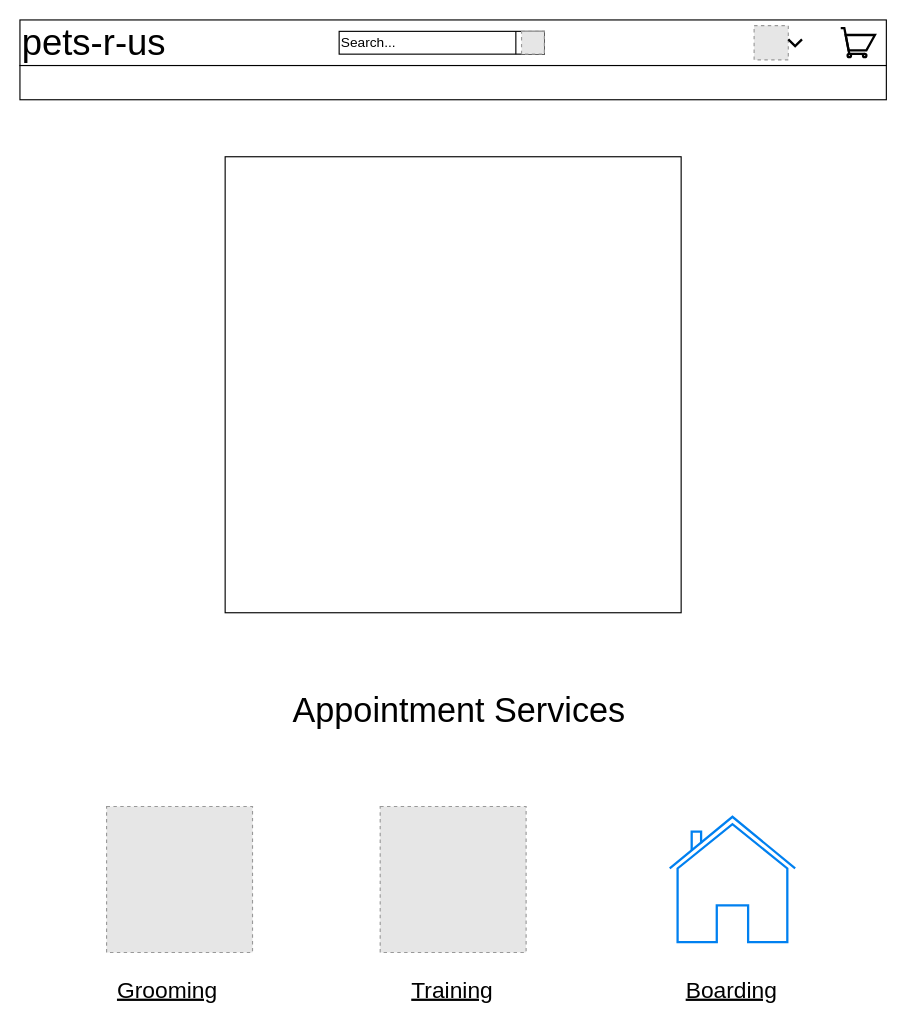
joneskj55/wireframes keeps this draw.io diagram as Wireframe1.drawio. Above is the earlier version. Source tidied: cells renumbered, new cells numbered last; positions are measured from the earlier drawing's top-left corner, leaving out a move shared by most shapes. Both pictures are drawn from the tidied source at 114%, with x=0, y=0 at pixel (19, 19). Pictures stored in the file or linked from it are replaced by grey dashed boxes.
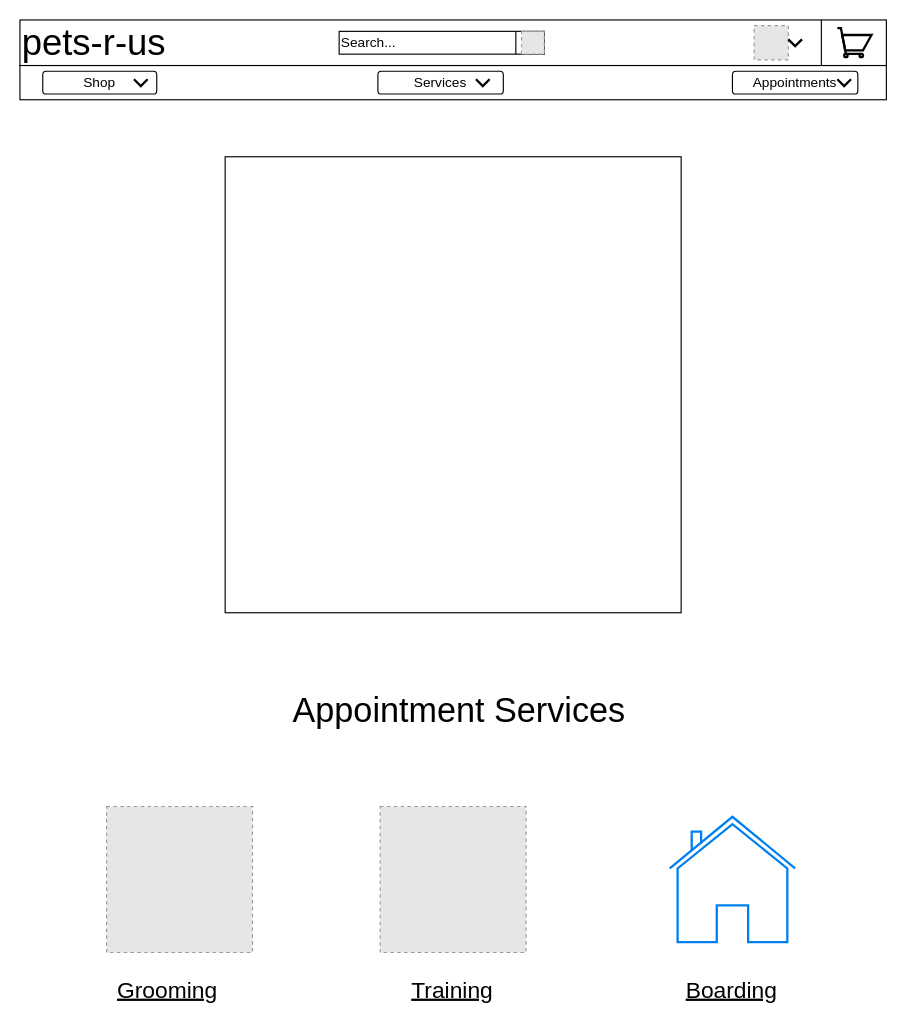
Above is the later version.

Commit message:
add shop, services, appointment buttons

Diff of the diagram source:
```diff
@@
     <mxCell id="16" style="html=1;verticalLabelPosition=bottom;align=center;labelBackgroundColor=#ffffff;verticalAlign=top;strokeWidth=2;shadow=0;dashed=0;shape=mxgraph.ios7.icons.shopping_cart;" parent="1" vertex="1">
-      <mxGeometry x="720" y="7.2" width="30" height="25.5" as="geometry" />
+      <mxGeometry x="717" y="7.2" width="30" height="25.5" as="geometry" />
     </mxCell>
@@
+    <mxCell id="18" style="endArrow=none;html=1;" parent="1" edge="1">
+      <mxGeometry relative="1" as="geometry">
+        <mxPoint x="703" y="40" as="sourcePoint" />
+        <mxPoint x="703" as="targetPoint" />
+      </mxGeometry>
+    </mxCell>
+    <mxCell id="19" value="Shop" style="rounded=1;whiteSpace=wrap;html=1;strokeColor=#000000;align=center;" parent="1" vertex="1">
+      <mxGeometry x="20" y="45" width="100" height="20" as="geometry" />
+    </mxCell>
+    <mxCell id="20" value="Services" style="rounded=1;whiteSpace=wrap;html=1;strokeColor=#000000;align=center;" parent="1" vertex="1">
+      <mxGeometry x="314" y="45" width="110" height="20" as="geometry" />
+    </mxCell>
+    <mxCell id="21" value="Appointments" style="rounded=1;whiteSpace=wrap;html=1;strokeColor=#000000;align=center;" parent="1" vertex="1">
+      <mxGeometry x="625" y="45" width="110" height="20" as="geometry" />
+    </mxCell>
+    <mxCell id="22" style="html=1;verticalLabelPosition=bottom;labelBackgroundColor=#ffffff;verticalAlign=top;shadow=0;dashed=0;strokeWidth=2;shape=mxgraph.ios7.misc.down;" parent="1" vertex="1">
+      <mxGeometry x="100" y="52" width="12" height="6" as="geometry" />
+    </mxCell>
+    <mxCell id="23" style="html=1;verticalLabelPosition=bottom;labelBackgroundColor=#ffffff;verticalAlign=top;shadow=0;dashed=0;strokeWidth=2;shape=mxgraph.ios7.misc.down;" parent="1" vertex="1">
+      <mxGeometry x="400" y="52" width="12" height="6" as="geometry" />
+    </mxCell>
+    <mxCell id="24" style="html=1;verticalLabelPosition=bottom;labelBackgroundColor=#ffffff;verticalAlign=top;shadow=0;dashed=0;strokeWidth=2;shape=mxgraph.ios7.misc.down;" parent="1" vertex="1">
+      <mxGeometry x="717" y="52" width="12" height="6" as="geometry" />
+    </mxCell>
```
